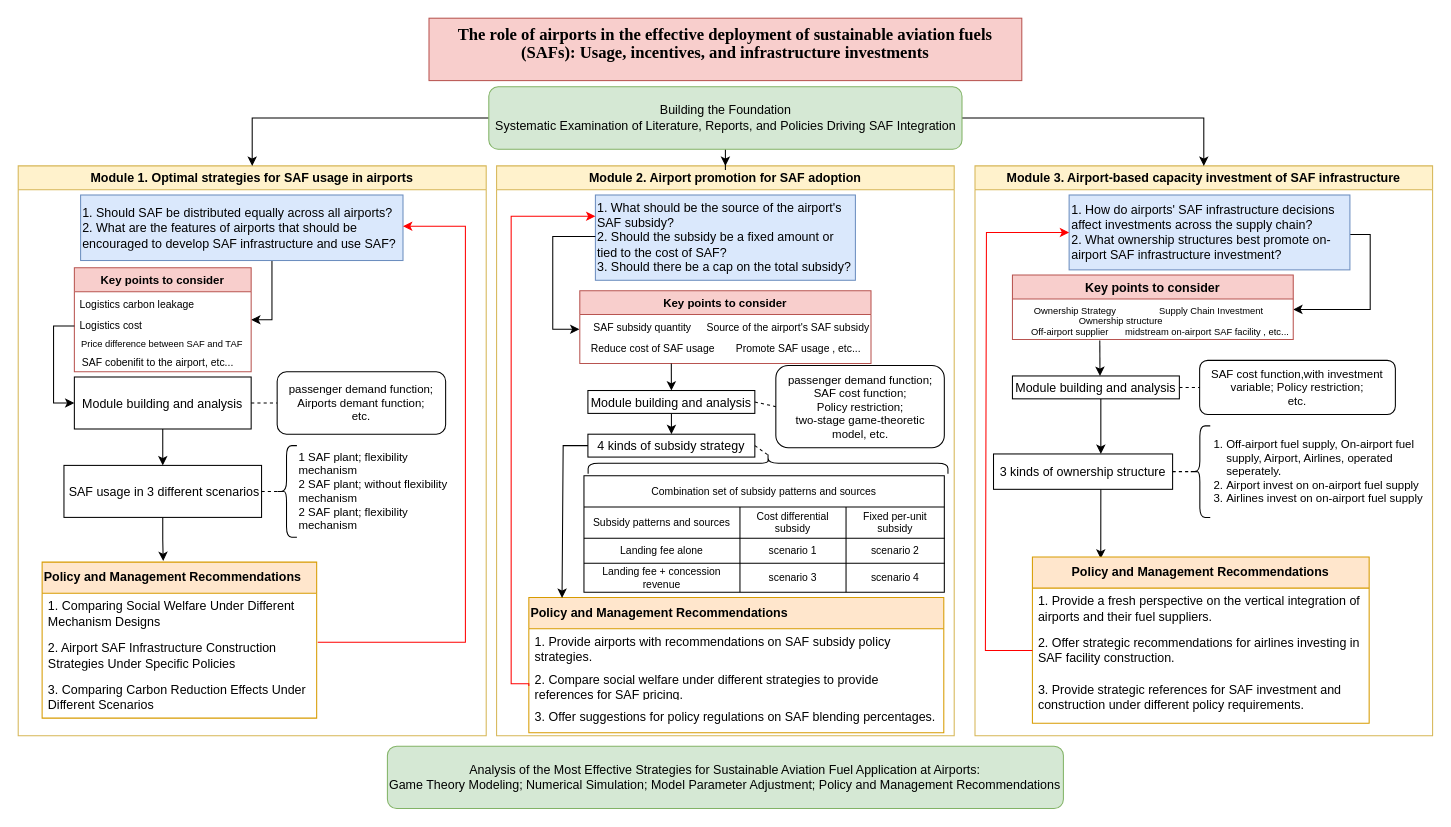
This is 技术路线图.drawio from HengfeiMa95/paper-reading, a draw.io file, before an edit. Source tidied: cells renumbered, new cells numbered last; positions are measured from the earlier drawing's top-left corner, leaving out a move shared by most shapes. Both pictures are drawn from the tidied source at 104%, with x=0, y=0 at pixel (18, 18).
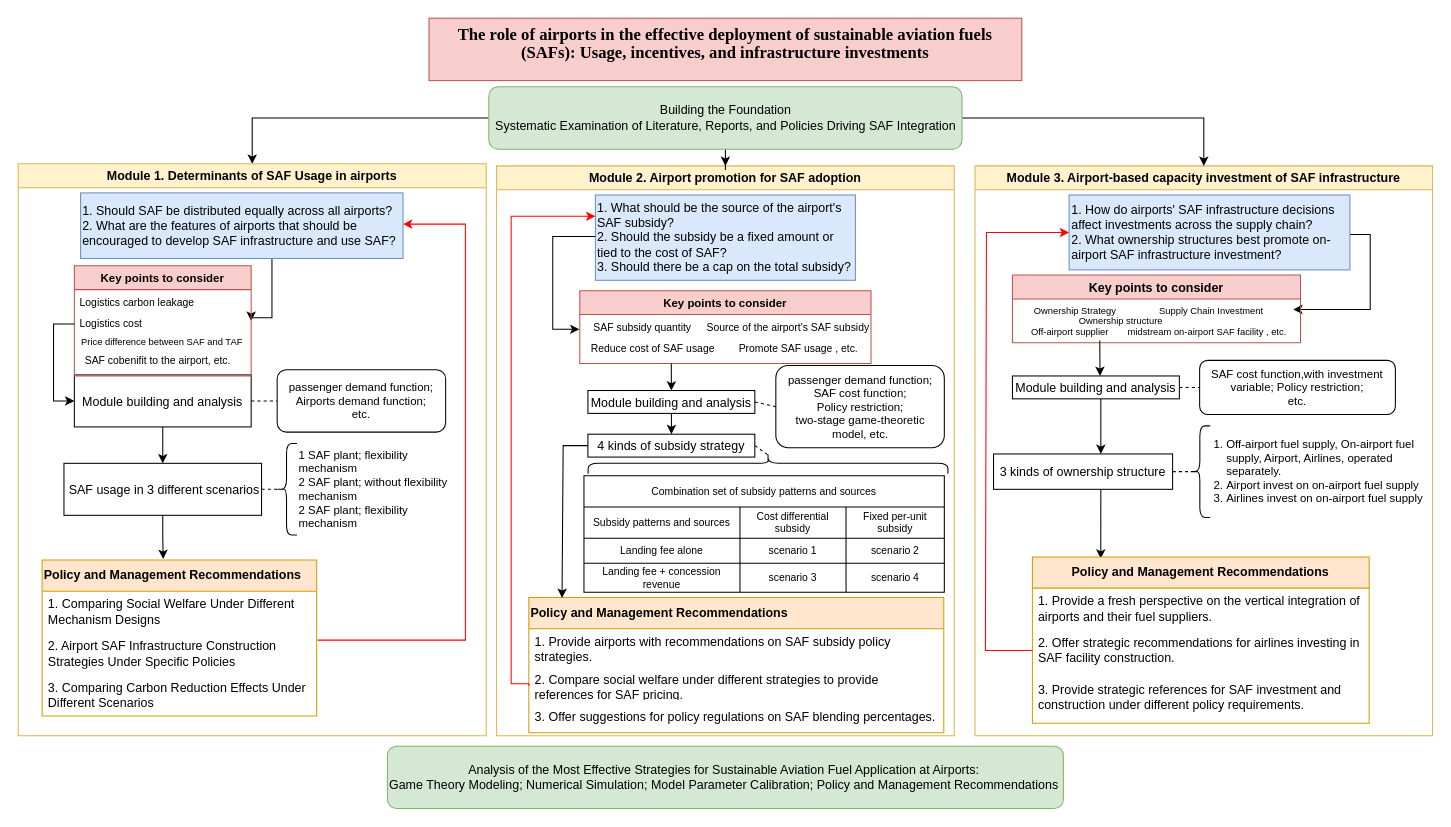
After the change.

Commit message:
Update 技术路线图.drawio

The change refers to these unchanged cells:
```xml
<mxCell id="54" value="Key points to consider" style="swimlane;fillColor=#f8cecc;strokeColor=#b85450;fontSize=11;" parent="25" vertex="1">
  <mxGeometry x="80" y="120" width="280" height="70" as="geometry" />
</mxCell>
<mxCell id="60" value="Module 3. Airport-based capacity investment of SAF infrastructure" style="swimlane;whiteSpace=wrap;fillColor=#fff2cc;strokeColor=#d6b656;" parent="1" vertex="1">
  <mxGeometry x="920" y="142" width="440" height="548" as="geometry" />
</mxCell>
```

Change to the diagram source:
```diff
@@
-    <mxCell id="2" value="Module 1. Optimal strategies for SAF usage in airports" style="swimlane;whiteSpace=wrap;fillColor=#fff2cc;strokeColor=#d6b656;" parent="1" vertex="1">
-      <mxGeometry y="142" width="450" height="548" as="geometry" />
+    <mxCell id="2" value="Module 1. Determinants of SAF Usage in airports" style="swimlane;whiteSpace=wrap;fillColor=#fff2cc;strokeColor=#d6b656;" parent="1" vertex="1">
+      <mxGeometry y="140" width="450" height="550" as="geometry" />
     </mxCell>
@@
-    <mxCell id="6" value="passenger demand function;&lt;div style=&quot;font-size: 11px;&quot;&gt;Airports demant function;&lt;/div&gt;&lt;div style=&quot;font-size: 11px;&quot;&gt;etc.&lt;/div&gt;" style="rounded=1;whiteSpace=wrap;html=1;fontSize=11;" parent="2" vertex="1">
+    <mxCell id="6" value="passenger demand function;&lt;div style=&quot;font-size: 11px;&quot;&gt;Airports demand function;&lt;/div&gt;&lt;div style=&quot;font-size: 11px;&quot;&gt;etc.&lt;/div&gt;" style="rounded=1;whiteSpace=wrap;html=1;fontSize=11;" parent="2" vertex="1">
       <mxGeometry x="249" y="198" width="162" height="60" as="geometry" />
     </mxCell>
@@
     <mxCell id="19" value="Key points to consider" style="swimlane;fillColor=#f8cecc;strokeColor=#b85450;fontSize=11;" parent="2" vertex="1">
-      <mxGeometry x="54" y="98" width="170" height="100" as="geometry" />
+      <mxGeometry x="54" y="98" width="170" height="106" as="geometry" />
     </mxCell>
-    <mxCell id="20" value="SAF cobenifit to the airport, etc..." style="text;html=1;align=center;verticalAlign=middle;strokeColor=none;fillColor=none;fontSize=10;" parent="19" vertex="1">
-      <mxGeometry x="-5" y="76" width="170" height="30" as="geometry" />
+    <mxCell id="20" value="SAF cobenifit to the airport, etc." style="text;html=1;align=center;verticalAlign=middle;strokeColor=none;fillColor=none;fontSize=10;" parent="19" vertex="1">
+      <mxGeometry y="76" width="160" height="30" as="geometry" />
     </mxCell>
@@
-    <mxCell id="55" value="Promote SAF usage , etc..." style="text;html=1;align=center;verticalAlign=middle;strokeColor=none;fillColor=none;fontSize=10;" parent="54" vertex="1">
+    <mxCell id="55" value="Promote SAF usage , etc." style="text;html=1;align=center;verticalAlign=middle;strokeColor=none;fillColor=none;fontSize=10;" parent="54" vertex="1">
       <mxGeometry x="140" y="40" width="140" height="30" as="geometry" />
     </mxCell>
@@
-    <mxCell id="69" value="&lt;ol style=&quot;font-size: 11px;&quot;&gt;&lt;li style=&quot;font-size: 11px;&quot;&gt;&lt;span style=&quot;background-color: initial; font-size: 11px;&quot;&gt;Off-airport fuel supply, On-airport fuel supply, Airport, Airlines, operated seperately.&lt;/span&gt;&lt;/li&gt;&lt;li style=&quot;font-size: 11px;&quot;&gt;&lt;span style=&quot;background-color: initial; font-size: 11px;&quot;&gt;Airport invest on on-airport fuel supply&lt;/span&gt;&lt;/li&gt;&lt;li style=&quot;font-size: 11px;&quot;&gt;&lt;span style=&quot;background-color: initial; font-size: 11px;&quot;&gt;Airlines invest on on-airport fuel supply&amp;nbsp;&lt;/span&gt;&lt;/li&gt;&lt;/ol&gt;" style="text;strokeColor=none;fillColor=none;html=1;whiteSpace=wrap;verticalAlign=middle;overflow=hidden;fontSize=11;" parent="60" vertex="1">
+    <mxCell id="69" value="&lt;ol style=&quot;font-size: 11px;&quot;&gt;&lt;li style=&quot;font-size: 11px;&quot;&gt;&lt;span style=&quot;background-color: initial; font-size: 11px;&quot;&gt;Off-airport fuel supply, On-airport fuel supply, Airport, Airlines, operated separately.&lt;/span&gt;&lt;/li&gt;&lt;li style=&quot;font-size: 11px;&quot;&gt;&lt;span style=&quot;background-color: initial; font-size: 11px;&quot;&gt;Airport invest on on-airport fuel supply&lt;/span&gt;&lt;/li&gt;&lt;li style=&quot;font-size: 11px;&quot;&gt;&lt;span style=&quot;background-color: initial; font-size: 11px;&quot;&gt;Airlines invest on on-airport fuel supply&amp;nbsp;&lt;/span&gt;&lt;/li&gt;&lt;/ol&gt;" style="text;strokeColor=none;fillColor=none;html=1;whiteSpace=wrap;verticalAlign=middle;overflow=hidden;fontSize=11;" parent="60" vertex="1">
       <mxGeometry x="200" y="233" width="240" height="122" as="geometry" />
     </mxCell>
@@
     <mxCell id="77" value="Key points to consider" style="swimlane;fillColor=#f8cecc;strokeColor=#b85450;" parent="60" vertex="1">
-      <mxGeometry x="36" y="105" width="270" height="62" as="geometry" />
+      <mxGeometry x="36" y="105" width="277" height="65" as="geometry" />
     </mxCell>
-    <mxCell id="78" value="midstream on-airport SAF facility&amp;nbsp;, etc..." style="text;html=1;align=center;verticalAlign=middle;strokeColor=none;fillColor=none;fontSize=9;" parent="77" vertex="1">
+    <mxCell id="78" value="midstream on-airport SAF facility&amp;nbsp;, etc." style="text;html=1;align=center;verticalAlign=middle;strokeColor=none;fillColor=none;fontSize=9;" parent="77" vertex="1">
       <mxGeometry x="97" y="45" width="180" height="20" as="geometry" />
     </mxCell>
@@
-    <mxCell id="89" value="&lt;div style=&quot;text-align: center;&quot;&gt;Analysis of the Most Effective Strategies for Sustainable Aviation Fuel Application at Airports:&lt;/div&gt;&lt;div&gt;&lt;span style=&quot;background-color: initial;&quot;&gt;Game Theory Modeling; Numerical Simulation;&amp;nbsp;&lt;/span&gt;&lt;span style=&quot;background-color: initial;&quot;&gt;Model Parameter Adjustment;&amp;nbsp;&lt;/span&gt;&lt;span style=&quot;background-color: initial;&quot;&gt;Policy and Management Recommendations&lt;/span&gt;&lt;/div&gt;" style="rounded=1;whiteSpace=wrap;html=1;align=left;verticalAlign=middle;fontFamily=Helvetica;fontSize=12;fillColor=#d5e8d4;strokeColor=#82b366;" parent="1" vertex="1">
+    <mxCell id="89" value="&lt;div style=&quot;text-align: center;&quot;&gt;Analysis of the Most Effective Strategies for Sustainable Aviation Fuel Application at Airports:&lt;/div&gt;&lt;div&gt;&lt;span style=&quot;background-color: initial;&quot;&gt;Game Theory Modeling; Numerical Simulation;&amp;nbsp;&lt;/span&gt;&lt;span style=&quot;background-color: initial;&quot;&gt;Model Parameter C&lt;/span&gt;&lt;span style=&quot;background-color: initial;&quot;&gt;alibration&lt;/span&gt;&lt;span style=&quot;background-color: initial;&quot;&gt;;&amp;nbsp;&lt;/span&gt;&lt;span style=&quot;background-color: initial;&quot;&gt;Policy and Management Recommendations&lt;/span&gt;&lt;/div&gt;" style="rounded=1;whiteSpace=wrap;html=1;align=left;verticalAlign=middle;fontFamily=Helvetica;fontSize=12;fillColor=#d5e8d4;strokeColor=#82b366;" parent="1" vertex="1">
       <mxGeometry x="355" y="700" width="650" height="60" as="geometry" />
     </mxCell>
```
